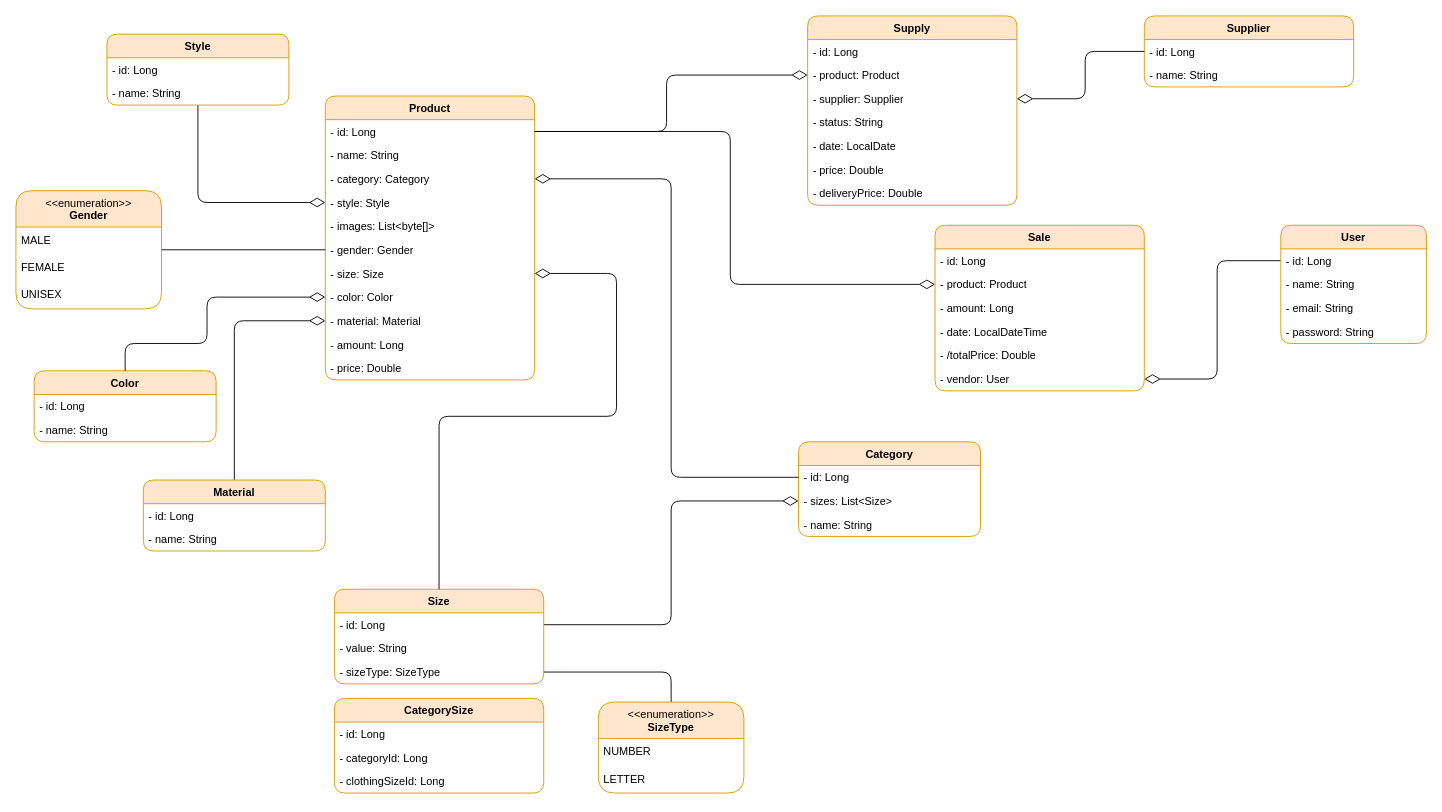
This is docs/ClassDiagram - Clothing Store.drawio from VitorPaulinoG/ClothingStore, a draw.io file, before an edit. Source tidied: cells renumbered, new cells numbered last; positions are measured from the earlier drawing's top-left corner, leaving out a move shared by most shapes. Both pictures are drawn from the tidied source at 91%, with x=0, y=0 at pixel (15, 15).
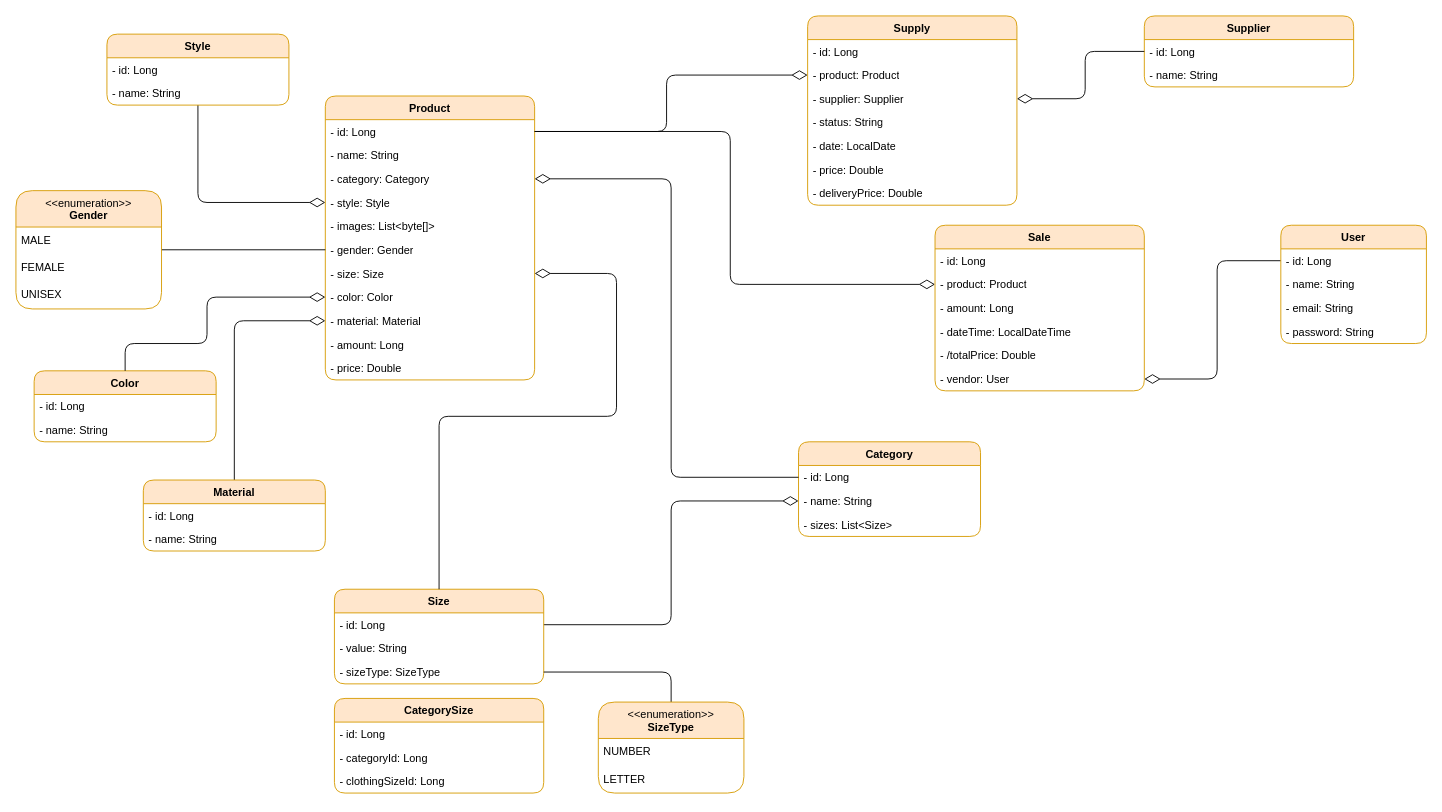
Above is the later version.

Commit message:
Update: class diagram

The change refers to these unchanged cells:
```xml
<mxCell id="25" value="Category" style="swimlane;fontStyle=1;align=center;verticalAlign=top;horizontal=1;startSize=26;whiteSpace=wrap;html=1;fillColor=#ffe6cc;strokeColor=#d79b00;rounded=1;fontFamily=Cascadia Code;" parent="1" vertex="1">
  <mxGeometry x="860" y="468" width="200" height="104" as="geometry" />
</mxCell>
<mxCell id="31" value="- id: Long" style="text;strokeColor=none;fillColor=none;align=left;verticalAlign=top;spacingLeft=4;spacingRight=4;overflow=hidden;points=[[0,0.5],[1,0.5]];portConstraint=eastwest;whiteSpace=wrap;html=1;fontFamily=Cascadia Code;" parent="30" vertex="1">
  <mxGeometry y="26" width="230" height="26" as="geometry" />
</mxCell>
<mxCell id="64" value="Sale" style="swimlane;fontStyle=1;align=center;verticalAlign=top;horizontal=1;startSize=26;whiteSpace=wrap;html=1;fillColor=#ffe6cc;strokeColor=#d79b00;rounded=1;fontFamily=Cascadia Code;" parent="1" vertex="1">
  <mxGeometry x="1010" y="230" width="230" height="182" as="geometry" />
</mxCell>
```

Change to the diagram source:
```diff
@@
+    <mxCell id="28" value="- name: String" style="text;strokeColor=none;fillColor=none;align=left;verticalAlign=top;spacingLeft=4;spacingRight=4;overflow=hidden;whiteSpace=wrap;html=1;fontFamily=Cascadia Code;" parent="25" vertex="1">
+      <mxGeometry y="52" width="200" height="26" as="geometry" />
+    </mxCell>
     <mxCell id="27" value="- sizes: List&amp;lt;Size&amp;gt;" style="text;strokeColor=none;fillColor=none;align=left;verticalAlign=top;spacingLeft=4;spacingRight=4;overflow=hidden;points=[[0,0.5],[1,0.5]];portConstraint=eastwest;whiteSpace=wrap;html=1;fontFamily=Cascadia Code;" parent="25" vertex="1">
-      <mxGeometry y="52" width="200" height="26" as="geometry" />
+      <mxGeometry y="78" width="200" height="26" as="geometry" />
     </mxCell>
-    <mxCell id="28" value="- name: String" style="text;strokeColor=none;fillColor=none;align=left;verticalAlign=top;spacingLeft=4;spacingRight=4;overflow=hidden;whiteSpace=wrap;html=1;fontFamily=Cascadia Code;" parent="25" vertex="1">
-      <mxGeometry y="78" width="200" height="26" as="geometry" />
-    </mxCell>
-    <mxCell id="29" style="edgeStyle=orthogonalEdgeStyle;rounded=1;jettySize=auto;html=1;endArrow=diamondThin;endFill=0;endSize=15;curved=0;exitX=1;exitY=0.5;exitDx=0;exitDy=0;" parent="1" edge="1" source="31" target="27">
+    <mxCell id="29" style="edgeStyle=orthogonalEdgeStyle;rounded=1;jettySize=auto;html=1;endArrow=diamondThin;endFill=0;endSize=15;curved=0;exitX=1;exitY=0.5;exitDx=0;exitDy=0;" parent="1" edge="1" source="31">
       <mxGeometry relative="1" as="geometry">
+        <mxPoint x="860" y="533" as="targetPoint" />
         <Array as="points">
           <mxPoint x="720" y="669" />
           <mxPoint x="720" y="533" />
         </Array>
       </mxGeometry>
     </mxCell>
@@
-    <mxCell id="68" value="- date: LocalDateTime" style="text;strokeColor=none;fillColor=none;align=left;verticalAlign=top;spacingLeft=4;spacingRight=4;overflow=hidden;whiteSpace=wrap;html=1;fontFamily=Cascadia Code;" parent="64" vertex="1">
+    <mxCell id="68" value="- dateTime: LocalDateTime" style="text;strokeColor=none;fillColor=none;align=left;verticalAlign=top;spacingLeft=4;spacingRight=4;overflow=hidden;whiteSpace=wrap;html=1;fontFamily=Cascadia Code;" parent="64" vertex="1">
       <mxGeometry y="104" width="230" height="26" as="geometry" />
     </mxCell>
```
